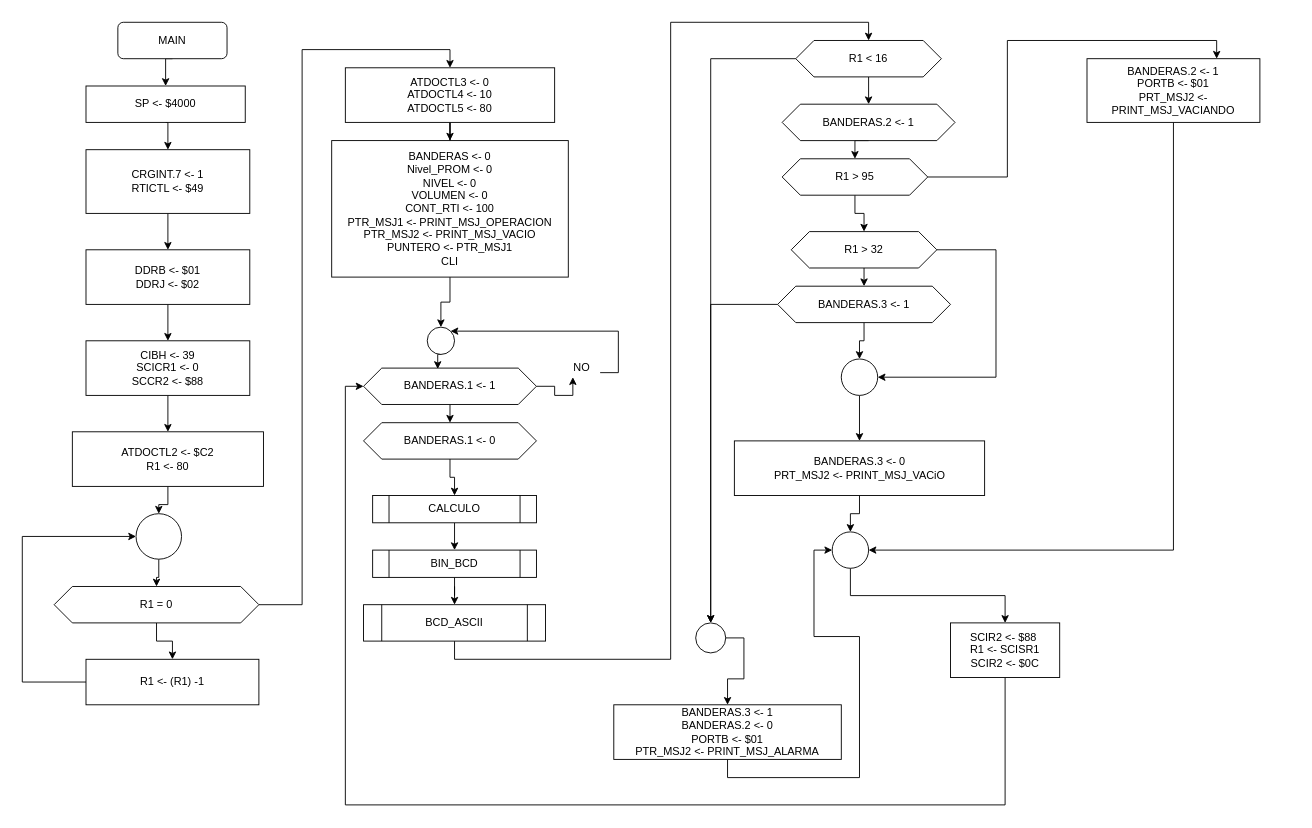
This is 6-asyn_commun/diagrams/main.drawio from brown9804/Dragon12_MC9S12DP256, a draw.io file, before an edit. Source tidied: cells renumbered, new cells numbered last; positions are measured from the earlier drawing's top-left corner, leaving out a move shared by most shapes. Both pictures are drawn from the tidied source at 91%, with x=0, y=0 at pixel (22, 22).
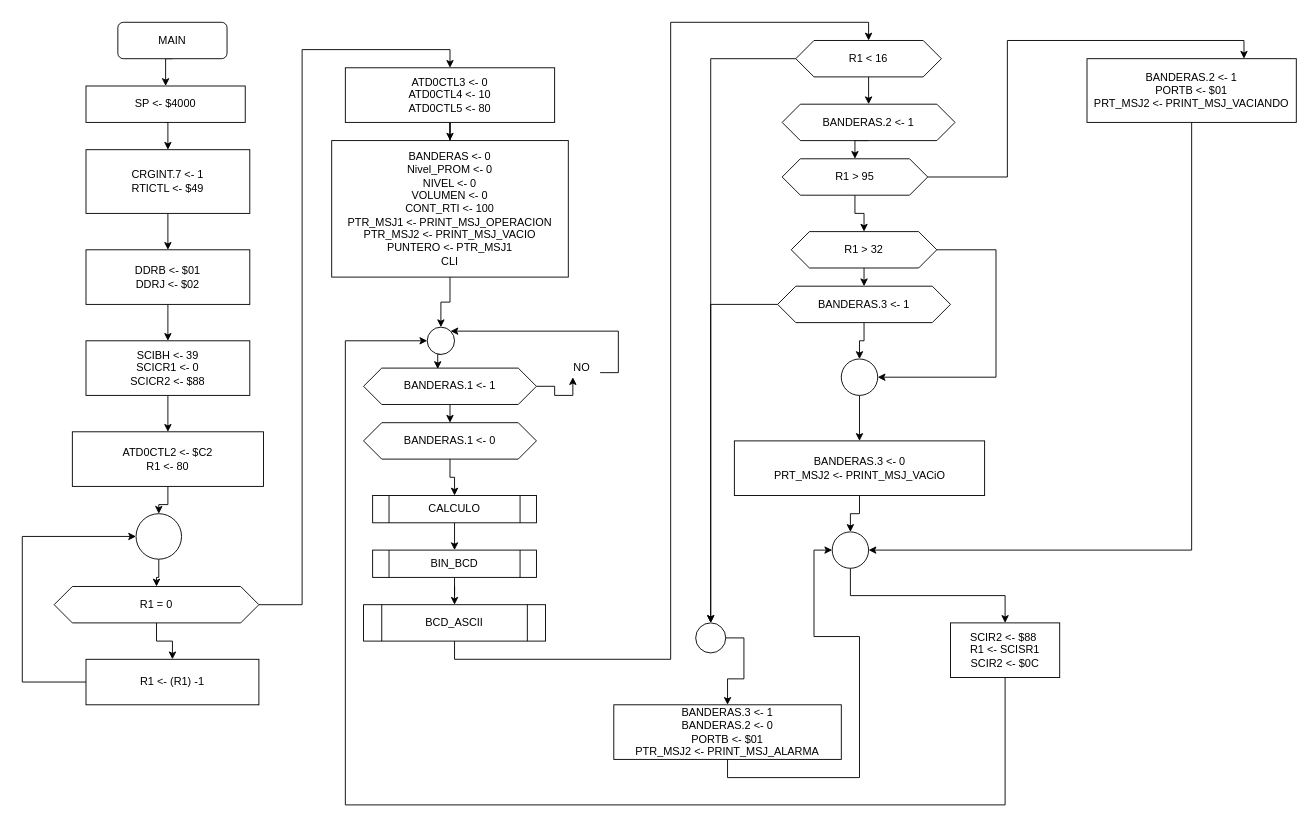
The same page after the edit.

The change refers to these unchanged cells:
```xml
<mxCell id="26" style="ellipse;whiteSpace=wrap;html=1;" parent="1" vertex="1">
  <mxGeometry x="445" y="335" width="30" height="30" as="geometry" />
</mxCell>
<mxCell id="29" value="BANDERAS.1 &amp;lt;- 1" style="shape=hexagon;perimeter=hexagonPerimeter2;whiteSpace=wrap;html=1;fixedSize=1;" parent="1" vertex="1">
  <mxGeometry x="375" y="380" width="190" height="40" as="geometry" />
</mxCell>
<mxCell id="67" value="SCIR2 &amp;lt;- $88&amp;nbsp;&lt;br&gt;R1 &amp;lt;- SCISR1&lt;br&gt;SCIR2 &amp;lt;- $0C" style="rounded=0;whiteSpace=wrap;html=1;" parent="1" vertex="1">
  <mxGeometry x="1020" y="660" width="120" height="60" as="geometry" />
</mxCell>
```

Change to the diagram source:
```diff
@@
-    <mxCell id="11" value="CIBH &amp;lt;- 39&lt;br&gt;SCICR1 &amp;lt;- 0&lt;br&gt;SCCR2 &amp;lt;- $88" style="rounded=0;whiteSpace=wrap;html=1;" parent="1" vertex="1">
+    <mxCell id="11" value="SCIBH &amp;lt;- 39&lt;br&gt;SCICR1 &amp;lt;- 0&lt;br&gt;SCICR2 &amp;lt;- $88" style="rounded=0;whiteSpace=wrap;html=1;" parent="1" vertex="1">
       <mxGeometry x="70" y="350" width="180" height="60" as="geometry" />
     </mxCell>
@@
-    <mxCell id="13" value="ATDOCTL2 &amp;lt;- $C2&lt;br&gt;R1 &amp;lt;- 80" style="rounded=0;whiteSpace=wrap;html=1;" parent="1" vertex="1">
+    <mxCell id="13" value="ATD0CTL2 &amp;lt;- $C2&lt;br&gt;R1 &amp;lt;- 80" style="rounded=0;whiteSpace=wrap;html=1;" parent="1" vertex="1">
       <mxGeometry x="55" y="450" width="210" height="60" as="geometry" />
     </mxCell>
@@
-    <mxCell id="22" value="ATDOCTL3 &amp;lt;- 0&lt;br&gt;ATDOCTL4 &amp;lt;- 10&lt;br&gt;ATDOCTL5 &amp;lt;- 80" style="rounded=0;whiteSpace=wrap;html=1;" parent="1" vertex="1">
+    <mxCell id="22" value="ATD0CTL3 &amp;lt;- 0&lt;br&gt;ATD0CTL4 &amp;lt;- 10&lt;br&gt;ATD0CTL5 &amp;lt;- 80" style="rounded=0;whiteSpace=wrap;html=1;" parent="1" vertex="1">
       <mxGeometry x="355" y="50" width="230" height="60" as="geometry" />
     </mxCell>
@@
     <mxCell id="59" value="BANDERAS.2 &amp;lt;- 1&lt;br&gt;PORTB &amp;lt;- $01&lt;br&gt;PRT_MSJ2 &amp;lt;- PRINT_MSJ_VACIANDO" style="rounded=0;whiteSpace=wrap;html=1;" parent="1" vertex="1">
-      <mxGeometry x="1170" y="40" width="190" height="70" as="geometry" />
+      <mxGeometry x="1170" y="40" width="230" height="70" as="geometry" />
     </mxCell>
@@
-    <mxCell id="66" style="edgeStyle=orthogonalEdgeStyle;rounded=0;jettySize=auto;html=1;exitX=0.5;exitY=1;exitDx=0;exitDy=0;entryX=0;entryY=0.5;entryDx=0;entryDy=0;" parent="1" edge="1" source="67" target="29">
+    <mxCell id="66" style="edgeStyle=orthogonalEdgeStyle;rounded=0;jettySize=auto;html=1;exitX=0.5;exitY=1;exitDx=0;exitDy=0;entryX=0;entryY=0.5;entryDx=0;entryDy=0;" parent="1" edge="1" source="67" target="26">
       <mxGeometry relative="1" as="geometry">
         <Array as="points">
           <mxPoint x="1080" y="860" />
           <mxPoint x="355" y="860" />
-          <mxPoint x="355" y="400" />
+          <mxPoint x="355" y="350" />
         </Array>
       </mxGeometry>
     </mxCell>
```
